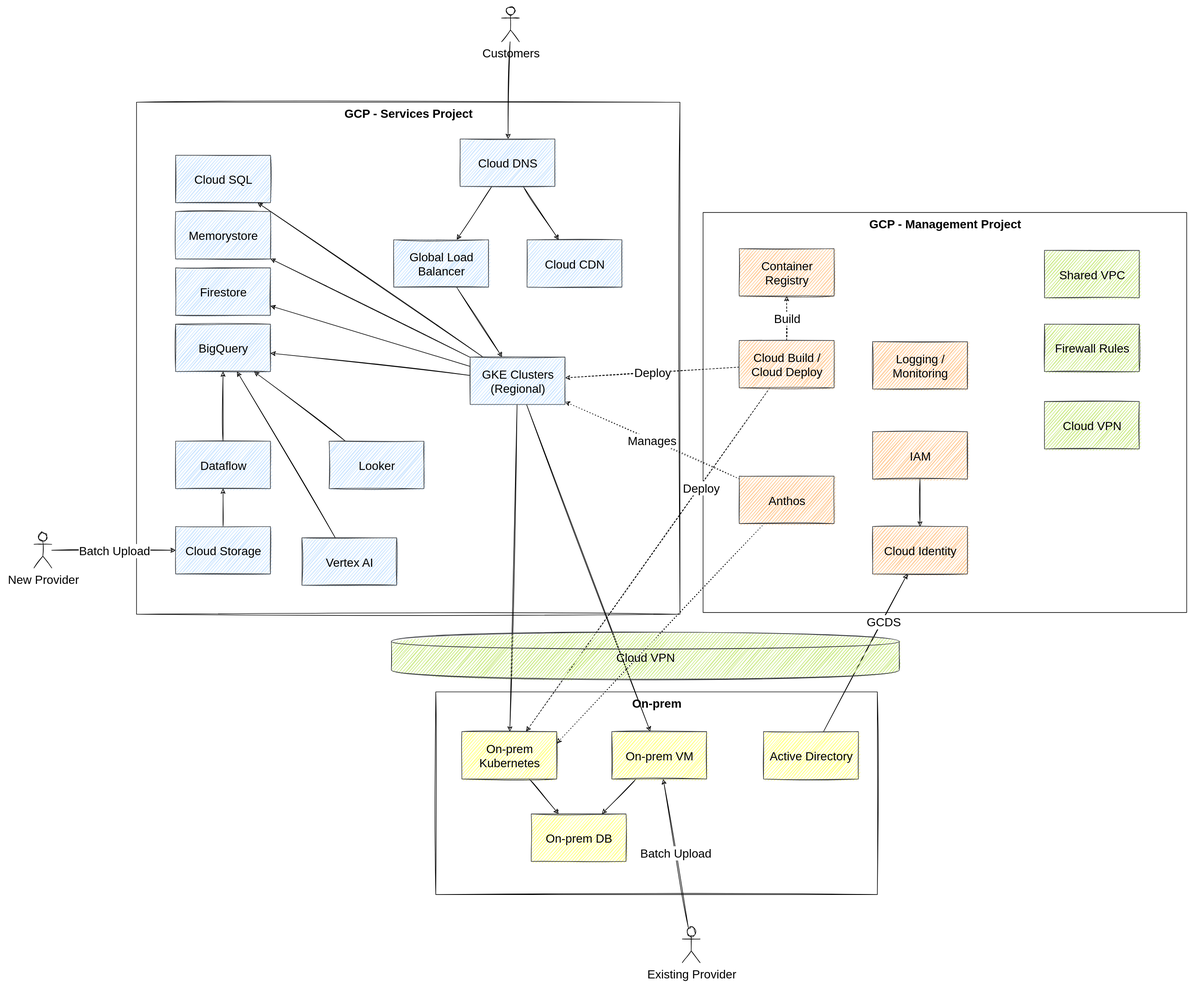
This is content/files/ehr_healthcare_design.svg from TheRealMattDunn/mattdunn.info, a draw.io export, as it was before one commit. Source tidied: cells renumbered, new cells last; positions are measured from the earlier drawing's top-left corner, leaving out a move shared by most shapes.
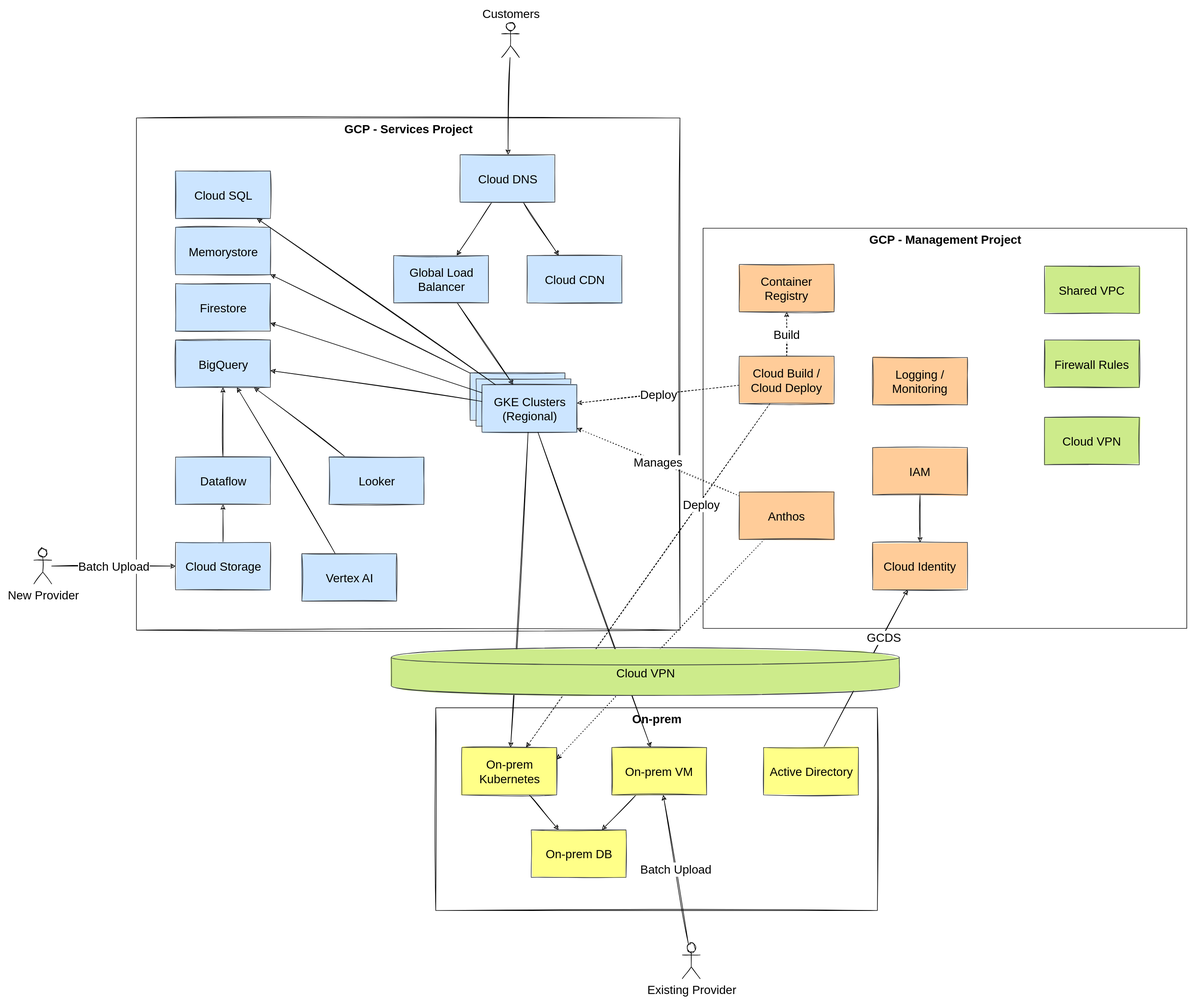
After the commit.

Diff of the diagram source:
```diff
@@ -2,73 +2,82 @@
   <root>
     <mxCell id="0" />
     <mxCell id="1" parent="0" />
+    <mxCell id="3" value="GCP - Services Project" style="rounded=0;whiteSpace=wrap;html=1;fontSize=20;fontStyle=1;verticalAlign=top;" parent="1" vertex="1">
+      <mxGeometry x="173" y="162" width="917" height="864" as="geometry" />
+    </mxCell>
+    <mxCell id="52" value="GKE Clusters (Regional)" style="rounded=0;whiteSpace=wrap;html=1;fontSize=20;fillColor=#cce5ff;strokeColor=#36393d;sketch=1;fillStyle=solid;" parent="1" vertex="1">
+      <mxGeometry x="736" y="592" width="160" height="80" as="geometry" />
+    </mxCell>
+    <mxCell id="59" value="GKE Clusters (Regional)" style="rounded=0;whiteSpace=wrap;html=1;fontSize=20;fillColor=#cce5ff;strokeColor=#36393d;sketch=1;fillStyle=solid;" parent="1" vertex="1">
+      <mxGeometry x="746" y="602" width="160" height="80" as="geometry" />
+    </mxCell>
+    <mxCell id="60" value="GKE Clusters (Regional)" style="rounded=0;whiteSpace=wrap;html=1;fontSize=20;fillColor=#cce5ff;strokeColor=#36393d;sketch=1;fillStyle=solid;" parent="1" vertex="1">
+      <mxGeometry x="756" y="612" width="160" height="80" as="geometry" />
+    </mxCell>
     <mxCell id="2" value="GCP - Management Project" style="rounded=0;whiteSpace=wrap;html=1;fontSize=20;fontStyle=1;verticalAlign=top;" parent="1" vertex="1">
       <mxGeometry x="1129" y="348" width="816" height="675" as="geometry" />
     </mxCell>
-    <mxCell id="3" value="GCP - Services Project" style="rounded=0;whiteSpace=wrap;html=1;fontSize=20;fontStyle=1;verticalAlign=top;" parent="1" vertex="1">
-      <mxGeometry x="173" y="162" width="917" height="864" as="geometry" />
-    </mxCell>
     <mxCell id="4" value="On-prem" style="rounded=0;whiteSpace=wrap;html=1;fontSize=20;fontStyle=1;verticalAlign=top;" parent="1" vertex="1">
       <mxGeometry x="678" y="1157" width="745" height="342" as="geometry" />
     </mxCell>
-    <mxCell id="5" value="BigQuery" style="rounded=0;whiteSpace=wrap;html=1;fontSize=20;fillColor=#cce5ff;strokeColor=#36393d;" parent="1" vertex="1">
+    <mxCell id="5" value="BigQuery" style="rounded=0;whiteSpace=wrap;html=1;fontSize=20;fillColor=#cce5ff;strokeColor=#36393d;sketch=1;fillStyle=solid;" parent="1" vertex="1">
       <mxGeometry x="239" y="536.5" width="160" height="80" as="geometry" />
     </mxCell>
-    <mxCell id="6" value="Logging /&lt;br&gt;Monitoring" style="rounded=0;whiteSpace=wrap;html=1;fontSize=20;fillColor=#ffcc99;strokeColor=#36393d;" parent="1" vertex="1">
+    <mxCell id="6" value="Logging /&lt;br&gt;Monitoring" style="rounded=0;whiteSpace=wrap;html=1;fontSize=20;fillColor=#ffcc99;strokeColor=#36393d;sketch=1;fillStyle=solid;" parent="1" vertex="1">
       <mxGeometry x="1415" y="566" width="160" height="80" as="geometry" />
     </mxCell>
-    <mxCell id="7" value="Cloud SQL" style="rounded=0;whiteSpace=wrap;html=1;fontSize=20;fillColor=#cce5ff;strokeColor=#36393d;" parent="1" vertex="1">
+    <mxCell id="7" value="Cloud SQL" style="rounded=0;whiteSpace=wrap;html=1;fontSize=20;fillColor=#cce5ff;strokeColor=#36393d;sketch=1;fillStyle=solid;" parent="1" vertex="1">
       <mxGeometry x="239" y="251.5" width="160" height="80" as="geometry" />
     </mxCell>
-    <mxCell id="8" value="Memorystore" style="rounded=0;whiteSpace=wrap;html=1;fontSize=20;fillColor=#cce5ff;strokeColor=#36393d;" parent="1" vertex="1">
+    <mxCell id="8" value="Memorystore" style="rounded=0;whiteSpace=wrap;html=1;fontSize=20;fillColor=#cce5ff;strokeColor=#36393d;sketch=1;fillStyle=solid;" parent="1" vertex="1">
       <mxGeometry x="239" y="346.5" width="160" height="80" as="geometry" />
     </mxCell>
-    <mxCell id="9" value="Firestore" style="rounded=0;whiteSpace=wrap;html=1;fontSize=20;fillColor=#cce5ff;strokeColor=#36393d;" parent="1" vertex="1">
+    <mxCell id="9" value="Firestore" style="rounded=0;whiteSpace=wrap;html=1;fontSize=20;fillColor=#cce5ff;strokeColor=#36393d;sketch=1;fillStyle=solid;" parent="1" vertex="1">
       <mxGeometry x="239" y="441.5" width="160" height="80" as="geometry" />
     </mxCell>
-    <mxCell id="10" value="Cloud Identity" style="rounded=0;whiteSpace=wrap;html=1;fontSize=20;fillColor=#ffcc99;strokeColor=#36393d;" parent="1" vertex="1">
+    <mxCell id="10" value="Cloud Identity" style="rounded=0;whiteSpace=wrap;html=1;fontSize=20;fillColor=#ffcc99;strokeColor=#36393d;sketch=1;fillStyle=solid;" parent="1" vertex="1">
       <mxGeometry x="1415" y="878" width="160" height="80" as="geometry" />
     </mxCell>
     <mxCell id="11" value="GCDS" style="edgeStyle=none;html=1;fontSize=20;" parent="1" edge="1" source="12" target="10">
       <mxGeometry x="0.4" y="-2" relative="1" as="geometry" />
     </mxCell>
-    <mxCell id="12" value="Active Directory" style="rounded=0;whiteSpace=wrap;html=1;fontSize=20;fillColor=#ffff88;strokeColor=#36393d;" parent="1" vertex="1">
+    <mxCell id="12" value="Active Directory" style="rounded=0;whiteSpace=wrap;html=1;fontSize=20;fillColor=#ffff88;strokeColor=#36393d;sketch=1;fillStyle=solid;" parent="1" vertex="1">
       <mxGeometry x="1231" y="1224" width="160" height="80" as="geometry" />
     </mxCell>
     <mxCell id="13" style="edgeStyle=none;html=1;fontSize=20;" parent="1" edge="1" source="14" target="10">
       <mxGeometry relative="1" as="geometry" />
     </mxCell>
-    <mxCell id="14" value="IAM" style="rounded=0;whiteSpace=wrap;html=1;fontSize=20;fillColor=#ffcc99;strokeColor=#36393d;" parent="1" vertex="1">
+    <mxCell id="14" value="IAM" style="rounded=0;whiteSpace=wrap;html=1;fontSize=20;fillColor=#ffcc99;strokeColor=#36393d;sketch=1;fillStyle=solid;" parent="1" vertex="1">
       <mxGeometry x="1415" y="718" width="160" height="80" as="geometry" />
     </mxCell>
-    <mxCell id="15" value="Manages" style="edgeStyle=none;html=1;fontSize=20;dashed=1;dashPattern=1 4;" parent="1" edge="1" source="17" target="52">
+    <mxCell id="15" value="Manages" style="edgeStyle=none;html=1;fontSize=20;dashed=1;dashPattern=1 4;" parent="1" edge="1" source="17" target="60">
       <mxGeometry relative="1" as="geometry" />
     </mxCell>
     <mxCell id="16" style="edgeStyle=none;html=1;entryX=1;entryY=0.25;entryDx=0;entryDy=0;fontSize=20;dashed=1;dashPattern=1 4;" parent="1" edge="1" source="17" target="53">
       <mxGeometry relative="1" as="geometry" />
     </mxCell>
-    <mxCell id="17" value="Anthos" style="rounded=0;whiteSpace=wrap;html=1;fontSize=20;fillColor=#ffcc99;strokeColor=#36393d;" parent="1" vertex="1">
+    <mxCell id="17" value="Anthos" style="rounded=0;whiteSpace=wrap;html=1;fontSize=20;fillColor=#ffcc99;strokeColor=#36393d;sketch=1;fillStyle=solid;" parent="1" vertex="1">
       <mxGeometry x="1190" y="793" width="160" height="80" as="geometry" />
     </mxCell>
-    <mxCell id="18" style="edgeStyle=none;html=1;fontSize=20;" parent="1" edge="1" source="19" target="52">
+    <mxCell id="18" style="edgeStyle=none;html=1;fontSize=20;" parent="1" edge="1" source="19" target="60">
       <mxGeometry relative="1" as="geometry" />
     </mxCell>
-    <mxCell id="19" value="Global Load Balancer" style="rounded=0;whiteSpace=wrap;html=1;fontSize=20;fillColor=#cce5ff;strokeColor=#36393d;" parent="1" vertex="1">
+    <mxCell id="19" value="Global Load Balancer" style="rounded=0;whiteSpace=wrap;html=1;fontSize=20;fillColor=#cce5ff;strokeColor=#36393d;sketch=1;fillStyle=solid;" parent="1" vertex="1">
       <mxGeometry x="607" y="394" width="160" height="80" as="geometry" />
     </mxCell>
     <mxCell id="20" value="Build" style="edgeStyle=none;html=1;fontSize=20;dashed=1;" parent="1" edge="1" source="23" target="24">
       <mxGeometry relative="1" as="geometry" />
     </mxCell>
-    <mxCell id="21" value="Deploy" style="edgeStyle=none;html=1;fontSize=20;dashed=1;" parent="1" edge="1" source="23" target="52">
+    <mxCell id="21" value="Deploy" style="edgeStyle=none;html=1;fontSize=20;dashed=1;" parent="1" edge="1" source="23" target="60">
       <mxGeometry relative="1" as="geometry" />
     </mxCell>
     <mxCell id="22" value="Deploy" style="edgeStyle=none;html=1;fontSize=20;dashed=1;" parent="1" edge="1" source="23" target="53">
       <mxGeometry x="-0.42" y="3" relative="1" as="geometry" />
     </mxCell>
-    <mxCell id="23" value="Cloud Build / Cloud Deploy" style="rounded=0;whiteSpace=wrap;html=1;fontSize=20;fillColor=#ffcc99;strokeColor=#36393d;" parent="1" vertex="1">
+    <mxCell id="23" value="Cloud Build / Cloud Deploy" style="rounded=0;whiteSpace=wrap;html=1;fontSize=20;fillColor=#ffcc99;strokeColor=#36393d;sketch=1;fillStyle=solid;" parent="1" vertex="1">
       <mxGeometry x="1190" y="564" width="160" height="80" as="geometry" />
     </mxCell>
-    <mxCell id="24" value="Container Registry" style="rounded=0;whiteSpace=wrap;html=1;fontSize=20;fillColor=#ffcc99;strokeColor=#36393d;" parent="1" vertex="1">
+    <mxCell id="24" value="Container Registry" style="rounded=0;whiteSpace=wrap;html=1;fontSize=20;fillColor=#ffcc99;strokeColor=#36393d;sketch=1;fillStyle=solid;" parent="1" vertex="1">
       <mxGeometry x="1190" y="409" width="160" height="80" as="geometry" />
     </mxCell>
     <mxCell id="25" style="edgeStyle=none;html=1;fontSize=20;" parent="1" edge="1" source="53" target="55">
@@ -77,28 +86,28 @@
     <mxCell id="26" style="edgeStyle=none;html=1;fontSize=20;" parent="1" edge="1" source="54" target="55">
       <mxGeometry relative="1" as="geometry" />
     </mxCell>
-    <mxCell id="27" style="edgeStyle=none;html=1;fontSize=20;" parent="1" edge="1" source="52" target="7">
+    <mxCell id="27" style="edgeStyle=none;html=1;fontSize=20;" parent="1" edge="1" source="60" target="7">
       <mxGeometry relative="1" as="geometry" />
     </mxCell>
     <mxCell id="28" style="edgeStyle=none;html=1;fontSize=20;" parent="1" edge="1" source="52" target="8">
       <mxGeometry relative="1" as="geometry" />
     </mxCell>
-    <mxCell id="29" style="edgeStyle=none;html=1;fontSize=20;" parent="1" edge="1" source="52" target="9">
+    <mxCell id="29" style="edgeStyle=none;html=1;fontSize=20;" parent="1" edge="1" source="60" target="9">
       <mxGeometry relative="1" as="geometry" />
     </mxCell>
-    <mxCell id="30" style="edgeStyle=none;html=1;fontSize=20;" parent="1" edge="1" source="52" target="5">
+    <mxCell id="30" style="edgeStyle=none;html=1;fontSize=20;" parent="1" edge="1" source="60" target="5">
       <mxGeometry relative="1" as="geometry" />
     </mxCell>
-    <mxCell id="31" style="edgeStyle=none;html=1;fontSize=20;" parent="1" edge="1" source="52" target="53">
+    <mxCell id="31" style="edgeStyle=none;html=1;fontSize=20;" parent="1" edge="1" source="60" target="53">
       <mxGeometry relative="1" as="geometry" />
     </mxCell>
-    <mxCell id="32" style="edgeStyle=none;html=1;fontSize=20;" parent="1" edge="1" source="52" target="54">
+    <mxCell id="32" style="edgeStyle=none;html=1;fontSize=20;" parent="1" edge="1" source="60" target="54">
       <mxGeometry relative="1" as="geometry" />
     </mxCell>
-    <mxCell id="33" value="Cloud VPN" style="shape=cylinder;whiteSpace=wrap;html=1;boundedLbl=1;backgroundOutline=1;fontSize=20;verticalAlign=top;fillColor=#cdeb8b;strokeColor=#36393d;" parent="1" vertex="1">
+    <mxCell id="33" value="Cloud VPN" style="shape=cylinder;whiteSpace=wrap;html=1;boundedLbl=1;backgroundOutline=1;fontSize=20;verticalAlign=top;fillColor=#cdeb8b;strokeColor=#36393d;sketch=1;fillStyle=solid;" parent="1" vertex="1">
       <mxGeometry x="603" y="1056" width="857" height="80" as="geometry" />
     </mxCell>
-    <mxCell id="34" value="Cloud CDN" style="rounded=0;whiteSpace=wrap;html=1;fontSize=20;fillColor=#cce5ff;strokeColor=#36393d;" parent="1" vertex="1">
+    <mxCell id="34" value="Cloud CDN" style="rounded=0;whiteSpace=wrap;html=1;fontSize=20;fillColor=#cce5ff;strokeColor=#36393d;sketch=1;fillStyle=solid;" parent="1" vertex="1">
       <mxGeometry x="832" y="394" width="160" height="80" as="geometry" />
     </mxCell>
     <mxCell id="35" style="edgeStyle=none;html=1;fontSize=20;" parent="1" edge="1" source="37" target="19">
@@ -107,31 +116,31 @@
     <mxCell id="36" style="edgeStyle=none;html=1;fontSize=20;" parent="1" edge="1" source="37" target="34">
       <mxGeometry relative="1" as="geometry" />
     </mxCell>
-    <mxCell id="37" value="Cloud DNS" style="rounded=0;whiteSpace=wrap;html=1;fontSize=20;fillColor=#cce5ff;strokeColor=#36393d;" parent="1" vertex="1">
+    <mxCell id="37" value="Cloud DNS" style="rounded=0;whiteSpace=wrap;html=1;fontSize=20;fillColor=#cce5ff;strokeColor=#36393d;sketch=1;fillStyle=solid;" parent="1" vertex="1">
       <mxGeometry x="719" y="224" width="160" height="80" as="geometry" />
     </mxCell>
     <mxCell id="38" style="edgeStyle=none;html=1;fontSize=20;" parent="1" edge="1" source="39" target="5">
       <mxGeometry relative="1" as="geometry" />
     </mxCell>
-    <mxCell id="39" value="Vertex AI" style="rounded=0;whiteSpace=wrap;html=1;fontSize=20;fillColor=#cce5ff;strokeColor=#36393d;" parent="1" vertex="1">
+    <mxCell id="39" value="Vertex AI" style="rounded=0;whiteSpace=wrap;html=1;fontSize=20;fillColor=#cce5ff;strokeColor=#36393d;sketch=1;fillStyle=solid;" parent="1" vertex="1">
       <mxGeometry x="452" y="897" width="160" height="80" as="geometry" />
     </mxCell>
     <mxCell id="40" style="edgeStyle=none;html=1;fontSize=20;" parent="1" edge="1" source="41" target="5">
       <mxGeometry relative="1" as="geometry" />
     </mxCell>
-    <mxCell id="41" value="Looker" style="rounded=0;whiteSpace=wrap;html=1;fontSize=20;fillColor=#cce5ff;strokeColor=#36393d;" parent="1" vertex="1">
+    <mxCell id="41" value="Looker" style="rounded=0;whiteSpace=wrap;html=1;fontSize=20;fillColor=#cce5ff;strokeColor=#36393d;sketch=1;fillStyle=solid;" parent="1" vertex="1">
       <mxGeometry x="498" y="734" width="160" height="80" as="geometry" />
     </mxCell>
     <mxCell id="42" style="edgeStyle=none;html=1;fontSize=20;" parent="1" edge="1" source="43" target="5">
       <mxGeometry relative="1" as="geometry" />
     </mxCell>
-    <mxCell id="43" value="Dataflow" style="rounded=0;whiteSpace=wrap;html=1;fontSize=20;fillColor=#cce5ff;strokeColor=#36393d;" parent="1" vertex="1">
+    <mxCell id="43" value="Dataflow" style="rounded=0;whiteSpace=wrap;html=1;fontSize=20;fillColor=#cce5ff;strokeColor=#36393d;sketch=1;fillStyle=solid;" parent="1" vertex="1">
       <mxGeometry x="239" y="734" width="160" height="80" as="geometry" />
     </mxCell>
     <mxCell id="44" style="edgeStyle=none;html=1;fontSize=20;" parent="1" edge="1" source="45" target="43">
       <mxGeometry relative="1" as="geometry" />
     </mxCell>
-    <mxCell id="45" value="Cloud Storage" style="rounded=0;whiteSpace=wrap;html=1;fontSize=20;fillColor=#cce5ff;strokeColor=#36393d;" parent="1" vertex="1">
+    <mxCell id="45" value="Cloud Storage" style="rounded=0;whiteSpace=wrap;html=1;fontSize=20;fillColor=#cce5ff;strokeColor=#36393d;sketch=1;fillStyle=solid;" parent="1" vertex="1">
       <mxGeometry x="239" y="878" width="160" height="80" as="geometry" />
     </mxCell>
     <mxCell id="46" value="Batch Upload" style="edgeStyle=none;html=1;fontSize=20;" parent="1" edge="1" source="47" target="45">
@@ -149,28 +158,25 @@
     <mxCell id="50" style="edgeStyle=none;html=1;fontSize=20;" parent="1" edge="1" source="51" target="37">
       <mxGeometry relative="1" as="geometry" />
     </mxCell>
-    <mxCell id="51" value="Customers" style="shape=umlActor;verticalLabelPosition=bottom;verticalAlign=top;html=1;outlineConnect=0;fontSize=20;" parent="1" vertex="1">
+    <mxCell id="51" value="Customers" style="shape=umlActor;verticalLabelPosition=top;verticalAlign=bottom;html=1;outlineConnect=0;fontSize=20;labelPosition=center;align=center;" parent="1" vertex="1">
       <mxGeometry x="789" width="30" height="60" as="geometry" />
     </mxCell>
-    <mxCell id="52" value="GKE Clusters (Regional)" style="rounded=0;whiteSpace=wrap;html=1;fontSize=20;fillColor=#cce5ff;strokeColor=#36393d;" parent="1" vertex="1">
-      <mxGeometry x="736" y="592" width="160" height="80" as="geometry" />
-    </mxCell>
-    <mxCell id="53" value="On-prem Kubernetes" style="rounded=0;whiteSpace=wrap;html=1;fontSize=20;fillColor=#ffff88;strokeColor=#36393d;" parent="1" vertex="1">
+    <mxCell id="53" value="On-prem Kubernetes" style="rounded=0;whiteSpace=wrap;html=1;fontSize=20;fillColor=#ffff88;strokeColor=#36393d;sketch=1;fillStyle=solid;" parent="1" vertex="1">
       <mxGeometry x="722" y="1224" width="160" height="80" as="geometry" />
     </mxCell>
-    <mxCell id="54" value="On-prem VM" style="rounded=0;whiteSpace=wrap;html=1;fontSize=20;fillColor=#ffff88;strokeColor=#36393d;" parent="1" vertex="1">
+    <mxCell id="54" value="On-prem VM" style="rounded=0;whiteSpace=wrap;html=1;fontSize=20;fillColor=#ffff88;strokeColor=#36393d;sketch=1;fillStyle=solid;" parent="1" vertex="1">
       <mxGeometry x="975" y="1224" width="160" height="80" as="geometry" />
     </mxCell>
-    <mxCell id="55" value="On-prem DB" style="rounded=0;whiteSpace=wrap;html=1;fontSize=20;fillColor=#ffff88;strokeColor=#36393d;" parent="1" vertex="1">
+    <mxCell id="55" value="On-prem DB" style="rounded=0;whiteSpace=wrap;html=1;fontSize=20;fillColor=#ffff88;strokeColor=#36393d;sketch=1;fillStyle=solid;" parent="1" vertex="1">
       <mxGeometry x="839" y="1363" width="160" height="80" as="geometry" />
     </mxCell>
-    <mxCell id="56" value="Firewall Rules" style="rounded=0;whiteSpace=wrap;html=1;fontSize=20;fillColor=#cdeb8b;strokeColor=#36393d;" parent="1" vertex="1">
+    <mxCell id="56" value="Firewall Rules" style="rounded=0;whiteSpace=wrap;html=1;fontSize=20;fillColor=#cdeb8b;strokeColor=#36393d;sketch=1;fillStyle=solid;" parent="1" vertex="1">
       <mxGeometry x="1705" y="536.5" width="160" height="80" as="geometry" />
     </mxCell>
-    <mxCell id="57" value="Shared VPC" style="rounded=0;whiteSpace=wrap;html=1;fontSize=20;fillColor=#cdeb8b;strokeColor=#36393d;" parent="1" vertex="1">
+    <mxCell id="57" value="Shared VPC" style="rounded=0;whiteSpace=wrap;html=1;fontSize=20;fillColor=#cdeb8b;strokeColor=#36393d;sketch=1;fillStyle=solid;" parent="1" vertex="1">
       <mxGeometry x="1705" y="412" width="160" height="80" as="geometry" />
     </mxCell>
-    <mxCell id="58" value="Cloud VPN" style="rounded=0;whiteSpace=wrap;html=1;fontSize=20;fillColor=#cdeb8b;strokeColor=#36393d;" parent="1" vertex="1">
+    <mxCell id="58" value="Cloud VPN" style="rounded=0;whiteSpace=wrap;html=1;fontSize=20;fillColor=#cdeb8b;strokeColor=#36393d;sketch=1;fillStyle=solid;" parent="1" vertex="1">
       <mxGeometry x="1705" y="667" width="160" height="80" as="geometry" />
     </mxCell>
   </root>
```
